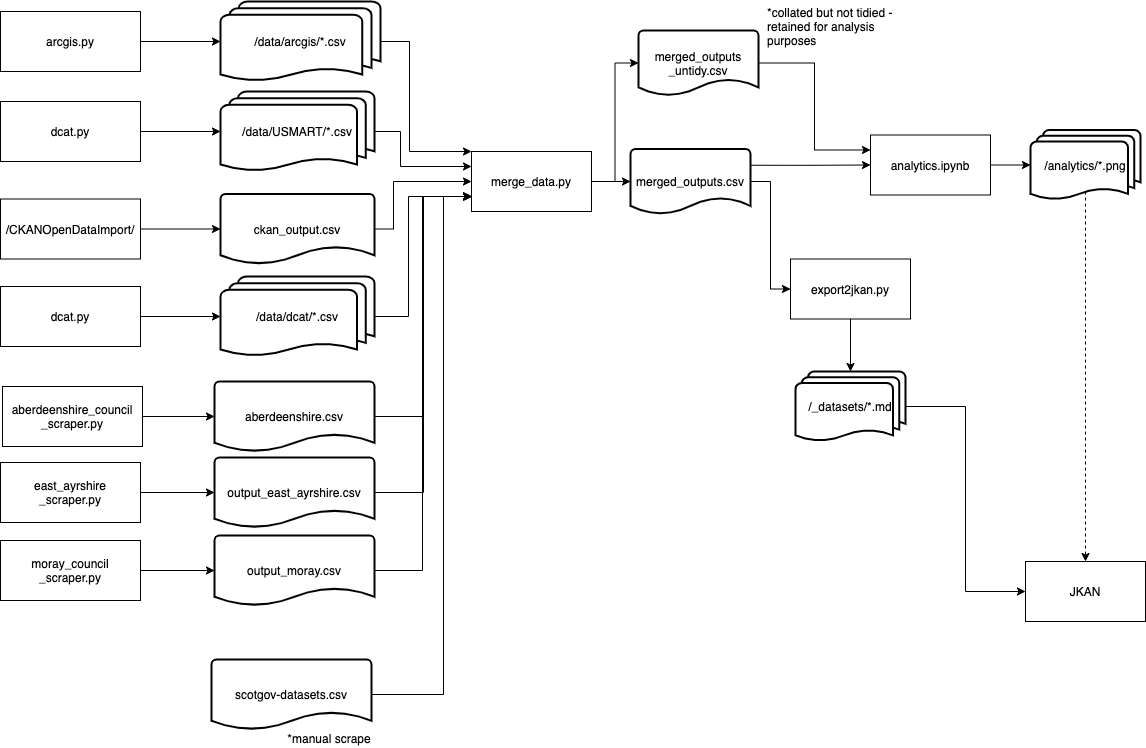
OpenDataScotland/opendata.scot_docs keeps this draw.io diagram as docs/images/datapipeline.png. Above is the earlier version. Source tidied: cells renumbered, new cells last; positions are measured from the earlier drawing's top-left corner, leaving out a move shared by most shapes. Source of this version:
```xml
<mxGraphModel>
  <root>
    <mxCell id="0" />
    <mxCell id="1" parent="0" />
    <mxCell id="2" style="edgeStyle=orthogonalEdgeStyle;rounded=0;jettySize=auto;html=1;entryX=0;entryY=0.5;entryDx=0;entryDy=0;entryPerimeter=0;" parent="1" edge="1" source="3" target="26">
      <mxGeometry relative="1" as="geometry" />
    </mxCell>
    <mxCell id="3" value="arcgis.py" style="rounded=0;whiteSpace=wrap;html=1;" parent="1" vertex="1">
      <mxGeometry y="10" width="140" height="60" as="geometry" />
    </mxCell>
    <mxCell id="4" style="edgeStyle=orthogonalEdgeStyle;rounded=0;jettySize=auto;html=1;entryX=0.5;entryY=0;entryDx=0;entryDy=0;entryPerimeter=0;" parent="1" edge="1" source="5" target="12">
      <mxGeometry relative="1" as="geometry" />
    </mxCell>
    <mxCell id="5" value="export2jkan.py" style="rounded=0;whiteSpace=wrap;html=1;" parent="1" vertex="1">
      <mxGeometry x="790" y="257.5" width="120" height="60" as="geometry" />
    </mxCell>
    <mxCell id="6" style="edgeStyle=orthogonalEdgeStyle;rounded=0;jettySize=auto;html=1;dashed=1;exitX=0.5;exitY=0.88;exitDx=0;exitDy=0;exitPerimeter=0;" parent="1" edge="1" source="31" target="15">
      <mxGeometry relative="1" as="geometry" />
    </mxCell>
    <mxCell id="7" style="edgeStyle=orthogonalEdgeStyle;rounded=0;jettySize=auto;html=1;entryX=0;entryY=0.5;entryDx=0;entryDy=0;entryPerimeter=0;" parent="1" edge="1" source="8" target="31">
      <mxGeometry relative="1" as="geometry" />
    </mxCell>
    <mxCell id="8" value="analytics.ipynb" style="rounded=0;whiteSpace=wrap;html=1;" parent="1" vertex="1">
      <mxGeometry x="870" y="133.5" width="120" height="60" as="geometry" />
    </mxCell>
    <mxCell id="9" style="edgeStyle=orthogonalEdgeStyle;rounded=0;jettySize=auto;html=1;entryX=0;entryY=0.5;entryDx=0;entryDy=0;exitX=1;exitY=0.25;exitDx=0;exitDy=0;exitPerimeter=0;" parent="1" edge="1" source="24" target="8">
      <mxGeometry relative="1" as="geometry" />
    </mxCell>
    <mxCell id="10" style="edgeStyle=orthogonalEdgeStyle;rounded=0;jettySize=auto;html=1;entryX=0;entryY=0.5;entryDx=0;entryDy=0;exitX=1;exitY=0.5;exitDx=0;exitDy=0;exitPerimeter=0;" parent="1" edge="1" source="24" target="5">
      <mxGeometry relative="1" as="geometry" />
    </mxCell>
    <mxCell id="11" style="edgeStyle=orthogonalEdgeStyle;rounded=0;jettySize=auto;html=1;entryX=0;entryY=0.5;entryDx=0;entryDy=0;" parent="1" edge="1" source="12" target="15">
      <mxGeometry relative="1" as="geometry" />
    </mxCell>
    <mxCell id="12" value="/_datasets/*.md" style="strokeWidth=2;html=1;shape=mxgraph.flowchart.multi-document;whiteSpace=wrap;" parent="1" vertex="1">
      <mxGeometry x="795" y="370" width="110" height="70" as="geometry" />
    </mxCell>
    <mxCell id="13" style="edgeStyle=orthogonalEdgeStyle;rounded=0;jettySize=auto;html=1;entryX=0;entryY=0.75;entryDx=0;entryDy=0;exitX=1;exitY=0.5;exitDx=0;exitDy=0;exitPerimeter=0;" parent="1" edge="1" source="23" target="22">
      <mxGeometry relative="1" as="geometry">
        <Array as="points">
          <mxPoint x="443" y="693" />
          <mxPoint x="443" y="195" />
        </Array>
      </mxGeometry>
    </mxCell>
    <mxCell id="14" style="edgeStyle=orthogonalEdgeStyle;rounded=0;jettySize=auto;html=1;entryX=0;entryY=0.75;entryDx=0;entryDy=0;exitX=1;exitY=0.5;exitDx=0;exitDy=0;exitPerimeter=0;" parent="1" edge="1" source="46" target="22">
      <mxGeometry relative="1" as="geometry" />
    </mxCell>
    <mxCell id="15" value="JKAN" style="rounded=0;whiteSpace=wrap;html=1;" parent="1" vertex="1">
      <mxGeometry x="1025" y="560" width="120" height="60" as="geometry" />
    </mxCell>
    <mxCell id="16" style="edgeStyle=orthogonalEdgeStyle;rounded=0;jettySize=auto;html=1;entryX=0;entryY=0.5;entryDx=0;entryDy=0;entryPerimeter=0;" parent="1" edge="1" source="17" target="30">
      <mxGeometry relative="1" as="geometry" />
    </mxCell>
    <mxCell id="17" value="/CKANOpenDataImport/" style="rounded=0;whiteSpace=wrap;html=1;" parent="1" vertex="1">
      <mxGeometry y="197.5" width="140" height="60" as="geometry" />
    </mxCell>
    <mxCell id="18" style="edgeStyle=orthogonalEdgeStyle;rounded=0;jettySize=auto;html=1;entryX=0;entryY=0.5;entryDx=0;entryDy=0;entryPerimeter=0;" parent="1" edge="1" source="19" target="28">
      <mxGeometry relative="1" as="geometry" />
    </mxCell>
    <mxCell id="19" value="dcat.py" style="rounded=0;whiteSpace=wrap;html=1;" parent="1" vertex="1">
      <mxGeometry y="100" width="140" height="60" as="geometry" />
    </mxCell>
    <mxCell id="20" style="edgeStyle=orthogonalEdgeStyle;rounded=0;jettySize=auto;html=1;entryX=0;entryY=0.5;entryDx=0;entryDy=0;entryPerimeter=0;" parent="1" edge="1" source="22" target="24">
      <mxGeometry relative="1" as="geometry" />
    </mxCell>
    <mxCell id="21" style="edgeStyle=orthogonalEdgeStyle;rounded=0;jettySize=auto;html=1;entryX=0;entryY=0.5;entryDx=0;entryDy=0;entryPerimeter=0;" parent="1" edge="1" source="22" target="34">
      <mxGeometry relative="1" as="geometry" />
    </mxCell>
    <mxCell id="22" value="merge_data.py" style="rounded=0;whiteSpace=wrap;html=1;" parent="1" vertex="1">
      <mxGeometry x="471" y="150" width="120" height="60" as="geometry" />
    </mxCell>
    <mxCell id="23" value="scotgov-datasets.csv" style="strokeWidth=2;html=1;shape=mxgraph.flowchart.document2;whiteSpace=wrap;size=0.25;" parent="1" vertex="1">
      <mxGeometry x="211" y="658" width="160" height="70" as="geometry" />
    </mxCell>
    <mxCell id="24" value="merged_outputs.csv" style="strokeWidth=2;html=1;shape=mxgraph.flowchart.document2;whiteSpace=wrap;size=0.25;" parent="1" vertex="1">
      <mxGeometry x="630" y="147.5" width="120" height="65" as="geometry" />
    </mxCell>
    <mxCell id="25" style="edgeStyle=orthogonalEdgeStyle;rounded=0;jettySize=auto;html=1;entryX=0;entryY=0;entryDx=0;entryDy=0;" parent="1" edge="1" source="26" target="22">
      <mxGeometry relative="1" as="geometry">
        <Array as="points">
          <mxPoint x="409" y="40" />
          <mxPoint x="409" y="150" />
        </Array>
      </mxGeometry>
    </mxCell>
    <mxCell id="26" value="/data/arcgis/*.csv" style="strokeWidth=2;html=1;shape=mxgraph.flowchart.multi-document;whiteSpace=wrap;" parent="1" vertex="1">
      <mxGeometry x="220" width="160" height="80" as="geometry" />
    </mxCell>
    <mxCell id="27" style="edgeStyle=orthogonalEdgeStyle;rounded=0;jettySize=auto;html=1;entryX=0;entryY=0.25;entryDx=0;entryDy=0;" parent="1" edge="1" source="28" target="22">
      <mxGeometry relative="1" as="geometry">
        <Array as="points">
          <mxPoint x="400" y="130" />
          <mxPoint x="400" y="165" />
        </Array>
      </mxGeometry>
    </mxCell>
    <mxCell id="28" value="/data/USMART/*.csv" style="strokeWidth=2;html=1;shape=mxgraph.flowchart.multi-document;whiteSpace=wrap;" parent="1" vertex="1">
      <mxGeometry x="220" y="90" width="154" height="80" as="geometry" />
    </mxCell>
    <mxCell id="29" style="edgeStyle=orthogonalEdgeStyle;rounded=0;jettySize=auto;html=1;entryX=0;entryY=0.5;entryDx=0;entryDy=0;" parent="1" edge="1" source="30" target="22">
      <mxGeometry relative="1" as="geometry">
        <Array as="points">
          <mxPoint x="393" y="228" />
          <mxPoint x="393" y="180" />
        </Array>
      </mxGeometry>
    </mxCell>
    <mxCell id="30" value="ckan_output.csv" style="strokeWidth=2;html=1;shape=mxgraph.flowchart.document2;whiteSpace=wrap;size=0.25;" parent="1" vertex="1">
      <mxGeometry x="220" y="192.5" width="154" height="70" as="geometry" />
    </mxCell>
    <mxCell id="31" value="/analytics/*.png" style="strokeWidth=2;html=1;shape=mxgraph.flowchart.multi-document;whiteSpace=wrap;" parent="1" vertex="1">
      <mxGeometry x="1030" y="128.5" width="110" height="70" as="geometry" />
    </mxCell>
    <mxCell id="32" value="*manual scrape" style="text;html=1;strokeColor=none;fillColor=none;align=center;verticalAlign=middle;whiteSpace=wrap;rounded=0;" parent="1" vertex="1">
      <mxGeometry x="284" y="728" width="90" height="18" as="geometry" />
    </mxCell>
    <mxCell id="33" style="edgeStyle=orthogonalEdgeStyle;rounded=0;jettySize=auto;html=1;entryX=0;entryY=0.25;entryDx=0;entryDy=0;" parent="1" edge="1" source="34" target="8">
      <mxGeometry relative="1" as="geometry" />
    </mxCell>
    <mxCell id="34" value="merged_outputs&lt;br&gt;_untidy.csv" style="strokeWidth=2;html=1;shape=mxgraph.flowchart.document2;whiteSpace=wrap;size=0.25;" parent="1" vertex="1">
      <mxGeometry x="638" y="29" width="120" height="65" as="geometry" />
    </mxCell>
    <mxCell id="35" value="*collated but not tidied - retained for analysis purposes" style="text;html=1;strokeColor=none;fillColor=none;align=left;verticalAlign=middle;whiteSpace=wrap;rounded=0;" parent="1" vertex="1">
      <mxGeometry x="765" y="4" width="137" height="42" as="geometry" />
    </mxCell>
    <mxCell id="36" style="edgeStyle=orthogonalEdgeStyle;rounded=0;jettySize=auto;html=1;entryX=0;entryY=0.5;entryDx=0;entryDy=0;entryPerimeter=0;" parent="1" edge="1" source="37" target="39">
      <mxGeometry relative="1" as="geometry" />
    </mxCell>
    <mxCell id="37" value="dcat.py" style="rounded=0;whiteSpace=wrap;html=1;" parent="1" vertex="1">
      <mxGeometry y="285" width="140" height="60" as="geometry" />
    </mxCell>
    <mxCell id="38" style="edgeStyle=orthogonalEdgeStyle;rounded=0;jettySize=auto;html=1;entryX=0;entryY=0.75;entryDx=0;entryDy=0;exitX=1;exitY=0.5;exitDx=0;exitDy=0;exitPerimeter=0;" parent="1" edge="1" source="39" target="22">
      <mxGeometry relative="1" as="geometry">
        <Array as="points">
          <mxPoint x="408" y="315" />
          <mxPoint x="408" y="195" />
        </Array>
      </mxGeometry>
    </mxCell>
    <mxCell id="39" value="/data/dcat/*.csv" style="strokeWidth=2;html=1;shape=mxgraph.flowchart.multi-document;whiteSpace=wrap;" parent="1" vertex="1">
      <mxGeometry x="220" y="275" width="154" height="80" as="geometry" />
    </mxCell>
    <mxCell id="40" style="edgeStyle=orthogonalEdgeStyle;rounded=0;jettySize=auto;html=1;entryX=0;entryY=0.5;entryDx=0;entryDy=0;entryPerimeter=0;" parent="1" edge="1" source="41" target="46">
      <mxGeometry relative="1" as="geometry" />
    </mxCell>
    <mxCell id="41" value="aberdeenshire_council&lt;br&gt;_scraper.py" style="rounded=0;whiteSpace=wrap;html=1;" parent="1" vertex="1">
      <mxGeometry x="2" y="385" width="140" height="60" as="geometry" />
    </mxCell>
    <mxCell id="42" style="edgeStyle=orthogonalEdgeStyle;rounded=0;jettySize=auto;html=1;entryX=0;entryY=0.5;entryDx=0;entryDy=0;entryPerimeter=0;" parent="1" edge="1" source="43" target="47">
      <mxGeometry relative="1" as="geometry" />
    </mxCell>
    <mxCell id="43" value="east_ayrshire&lt;br&gt;_scraper.py" style="rounded=0;whiteSpace=wrap;html=1;" parent="1" vertex="1">
      <mxGeometry y="461" width="140" height="60" as="geometry" />
    </mxCell>
    <mxCell id="44" style="edgeStyle=orthogonalEdgeStyle;rounded=0;jettySize=auto;html=1;entryX=0;entryY=0.5;entryDx=0;entryDy=0;entryPerimeter=0;" parent="1" edge="1" source="45" target="48">
      <mxGeometry relative="1" as="geometry" />
    </mxCell>
    <mxCell id="45" value="moray_council&lt;br&gt;_scraper.py" style="rounded=0;whiteSpace=wrap;html=1;" parent="1" vertex="1">
      <mxGeometry y="539" width="140" height="60" as="geometry" />
    </mxCell>
    <mxCell id="46" value="aberdeenshire.csv" style="strokeWidth=2;html=1;shape=mxgraph.flowchart.document2;whiteSpace=wrap;size=0.25;" parent="1" vertex="1">
      <mxGeometry x="214" y="380" width="160" height="70" as="geometry" />
    </mxCell>
    <mxCell id="47" value="output_east_ayrshire.csv" style="strokeWidth=2;html=1;shape=mxgraph.flowchart.document2;whiteSpace=wrap;size=0.25;" parent="1" vertex="1">
      <mxGeometry x="214" y="456" width="160" height="70" as="geometry" />
    </mxCell>
    <mxCell id="48" value="output_moray.csv" style="strokeWidth=2;html=1;shape=mxgraph.flowchart.document2;whiteSpace=wrap;size=0.25;" parent="1" vertex="1">
      <mxGeometry x="214" y="534" width="160" height="70" as="geometry" />
    </mxCell>
    <mxCell id="49" style="edgeStyle=orthogonalEdgeStyle;rounded=0;jettySize=auto;html=1;exitX=1;exitY=0.5;exitDx=0;exitDy=0;exitPerimeter=0;" parent="1" edge="1" source="47">
      <mxGeometry relative="1" as="geometry">
        <mxPoint x="472" y="195" as="targetPoint" />
        <Array as="points">
          <mxPoint x="423" y="491" />
          <mxPoint x="423" y="195" />
        </Array>
      </mxGeometry>
    </mxCell>
    <mxCell id="50" style="edgeStyle=orthogonalEdgeStyle;rounded=0;jettySize=auto;html=1;exitX=1;exitY=0.5;exitDx=0;exitDy=0;exitPerimeter=0;" parent="1" edge="1" source="48">
      <mxGeometry relative="1" as="geometry">
        <mxPoint x="471" y="195" as="targetPoint" />
        <Array as="points">
          <mxPoint x="422" y="569" />
          <mxPoint x="422" y="195" />
        </Array>
      </mxGeometry>
    </mxCell>
  </root>
</mxGraphModel>
```
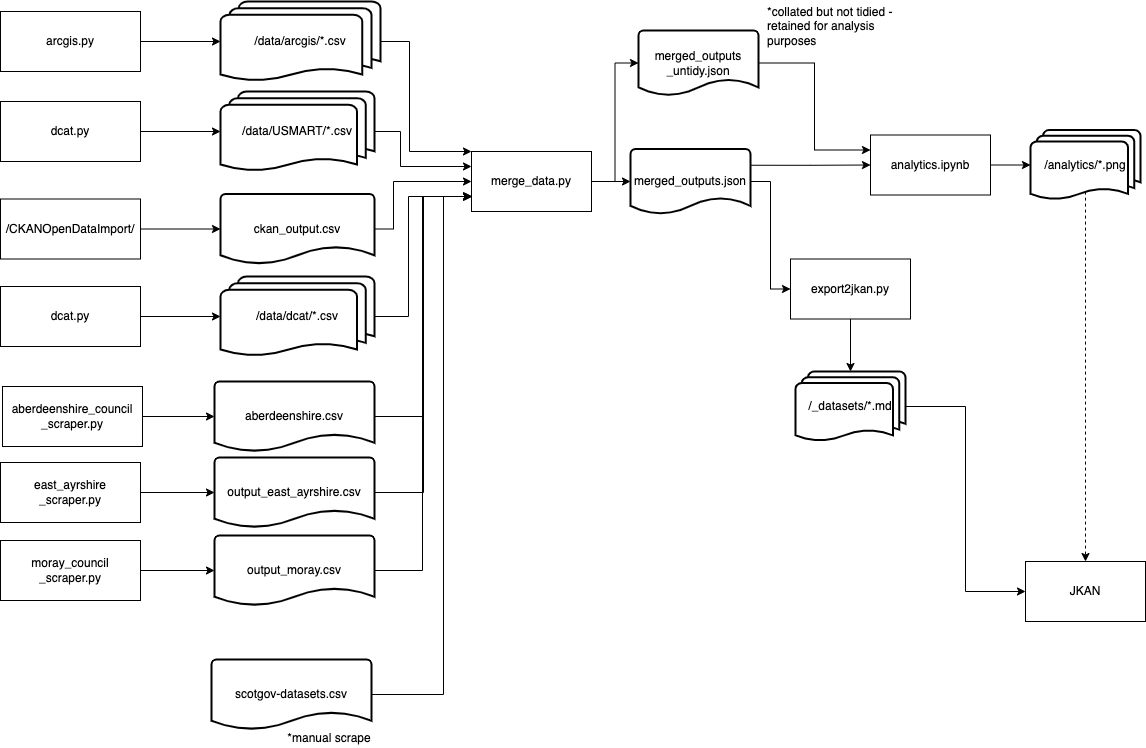
After the commit.

What changed in the source:
```diff
@@ -73,7 +73,7 @@
     <mxCell id="23" value="scotgov-datasets.csv" style="strokeWidth=2;html=1;shape=mxgraph.flowchart.document2;whiteSpace=wrap;size=0.25;" parent="1" vertex="1">
       <mxGeometry x="211" y="658" width="160" height="70" as="geometry" />
     </mxCell>
-    <mxCell id="24" value="merged_outputs.csv" style="strokeWidth=2;html=1;shape=mxgraph.flowchart.document2;whiteSpace=wrap;size=0.25;" parent="1" vertex="1">
+    <mxCell id="24" value="merged_outputs.json" style="strokeWidth=2;html=1;shape=mxgraph.flowchart.document2;whiteSpace=wrap;size=0.25;" parent="1" vertex="1">
       <mxGeometry x="630" y="147.5" width="120" height="65" as="geometry" />
     </mxCell>
     <mxCell id="25" style="edgeStyle=orthogonalEdgeStyle;rounded=0;jettySize=auto;html=1;entryX=0;entryY=0;entryDx=0;entryDy=0;" parent="1" edge="1" source="26" target="22">
@@ -118,7 +118,7 @@
     <mxCell id="33" style="edgeStyle=orthogonalEdgeStyle;rounded=0;jettySize=auto;html=1;entryX=0;entryY=0.25;entryDx=0;entryDy=0;" parent="1" edge="1" source="34" target="8">
       <mxGeometry relative="1" as="geometry" />
     </mxCell>
-    <mxCell id="34" value="merged_outputs&lt;br&gt;_untidy.csv" style="strokeWidth=2;html=1;shape=mxgraph.flowchart.document2;whiteSpace=wrap;size=0.25;" parent="1" vertex="1">
+    <mxCell id="34" value="merged_outputs&lt;br&gt;_untidy.json" style="strokeWidth=2;html=1;shape=mxgraph.flowchart.document2;whiteSpace=wrap;size=0.25;" parent="1" vertex="1">
       <mxGeometry x="638" y="29" width="120" height="65" as="geometry" />
     </mxCell>
     <mxCell id="35" value="*collated but not tidied - retained for analysis purposes" style="text;html=1;strokeColor=none;fillColor=none;align=left;verticalAlign=middle;whiteSpace=wrap;rounded=0;" parent="1" vertex="1">
```
